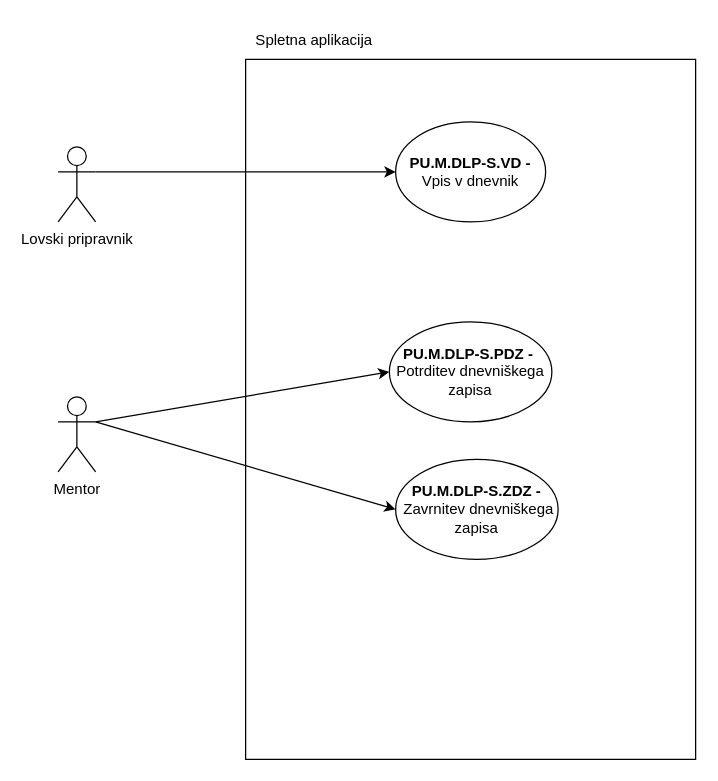
ErnestISv/Lovstvo keeps this draw.io diagram as Delo z lovskimi pripravniki-Spletna aplikacija.drawio. Above is the earlier version. Source tidied: cells renumbered, new cells numbered last; positions are measured from the earlier drawing's top-left corner, leaving out a move shared by most shapes. Both pictures are drawn from the tidied source at 125%, with x=0, y=0 at pixel (58, 21).
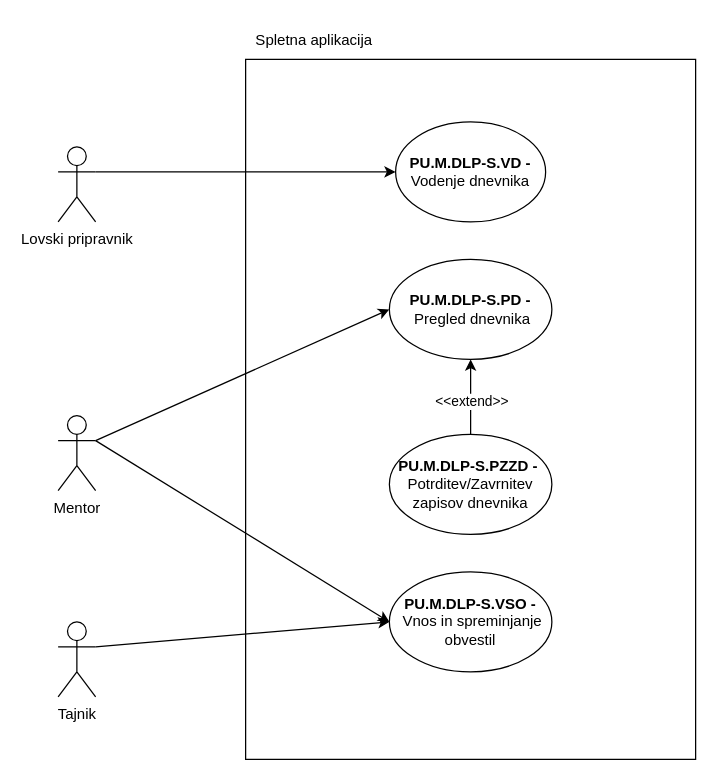
The same diagram, later.

The edit, as a diff of the source:
```diff
@@
 <mxGraphModel>
   <root>
     <mxCell id="0" />
     <mxCell id="1" parent="0" />
     <mxCell id="2" style="rounded=0;whiteSpace=wrap;html=1;" parent="1" vertex="1">
       <mxGeometry x="150" y="30" width="360" height="560" as="geometry" />
     </mxCell>
     <mxCell id="3" value="Spletna aplikacija" style="text;html=1;align=center;verticalAlign=middle;whiteSpace=wrap;rounded=0;" parent="1" vertex="1">
       <mxGeometry x="150" width="110" height="30" as="geometry" />
     </mxCell>
-    <mxCell id="4" value="&lt;b&gt;PU.M.DLP-S.VD -&lt;/b&gt; Vpis v dnevnik" style="ellipse;whiteSpace=wrap;html=1;" parent="1" vertex="1">
+    <mxCell id="4" value="&lt;b&gt;PU.M.DLP-S.VD -&lt;/b&gt; Vodenje dnevnika" style="ellipse;whiteSpace=wrap;html=1;" parent="1" vertex="1">
       <mxGeometry x="270" y="80" width="120" height="80" as="geometry" />
     </mxCell>
-    <mxCell id="5" value="&lt;b&gt;PU.M.DLP-S.PDZ -&amp;nbsp;&lt;/b&gt;&lt;div&gt;Potrditev dnevniškega zapisa&lt;/div&gt;" style="ellipse;whiteSpace=wrap;html=1;" parent="1" vertex="1">
-      <mxGeometry x="265" y="240" width="130" height="80" as="geometry" />
+    <mxCell id="5" value="&lt;b&gt;PU.M.DLP-S.PZZD -&amp;nbsp;&lt;/b&gt;&lt;div&gt;Potrditev/Zavrnitev zapisov dnevnika&lt;/div&gt;" style="ellipse;whiteSpace=wrap;html=1;" parent="1" vertex="1">
+      <mxGeometry x="265" y="330" width="130" height="80" as="geometry" />
     </mxCell>
-    <mxCell id="6" value="&lt;b&gt;PU.M.DLP-S.ZDZ -&lt;/b&gt;&amp;nbsp;Zavrnitev dnevniškega zapisa" style="ellipse;whiteSpace=wrap;html=1;" parent="1" vertex="1">
-      <mxGeometry x="270" y="350" width="130" height="80" as="geometry" />
+    <mxCell id="6" value="&lt;b&gt;PU.M.DLP-S.VSO -&lt;/b&gt;&amp;nbsp;Vnos in spreminjanje obvestil" style="ellipse;whiteSpace=wrap;html=1;" parent="1" vertex="1">
+      <mxGeometry x="265" y="440" width="130" height="80" as="geometry" />
     </mxCell>
     <mxCell id="7" value="Lovski pripravnik" style="shape=umlActor;verticalLabelPosition=bottom;verticalAlign=top;html=1;outlineConnect=0;" parent="1" vertex="1">
       <mxGeometry y="100" width="30" height="60" as="geometry" />
     </mxCell>
     <mxCell id="8" value="Mentor" style="shape=umlActor;verticalLabelPosition=bottom;verticalAlign=top;html=1;outlineConnect=0;" parent="1" vertex="1">
-      <mxGeometry y="300" width="30" height="60" as="geometry" />
+      <mxGeometry y="315" width="30" height="60" as="geometry" />
     </mxCell>
     <mxCell id="9" style="endArrow=classic;html=1;rounded=0;exitX=1;exitY=0.3333333333333333;exitDx=0;exitDy=0;exitPerimeter=0;entryX=0;entryY=0.5;entryDx=0;entryDy=0;" parent="1" edge="1" source="7" target="4">
       <mxGeometry relative="1" as="geometry" />
     </mxCell>
-    <mxCell id="10" style="endArrow=classic;html=1;rounded=0;exitX=1;exitY=0.3333333333333333;exitDx=0;exitDy=0;exitPerimeter=0;entryX=0;entryY=0.5;entryDx=0;entryDy=0;" parent="1" edge="1" source="8" target="5">
-      <mxGeometry relative="1" as="geometry" />
-    </mxCell>
     <mxCell id="11" style="endArrow=classic;html=1;rounded=0;exitX=1;exitY=0.3333333333333333;exitDx=0;exitDy=0;exitPerimeter=0;entryX=0;entryY=0.5;entryDx=0;entryDy=0;" parent="1" edge="1" source="8" target="6">
       <mxGeometry relative="1" as="geometry" />
     </mxCell>
+    <mxCell id="12" value="&lt;b&gt;PU.M.DLP-S.PD -&lt;/b&gt;&amp;nbsp;Pregled dnevnika" style="ellipse;whiteSpace=wrap;html=1;" parent="1" vertex="1">
+      <mxGeometry x="265" y="190" width="130" height="80" as="geometry" />
+    </mxCell>
+    <mxCell id="13" style="endArrow=classic;html=1;rounded=0;exitX=1;exitY=0.3333333333333333;exitDx=0;exitDy=0;exitPerimeter=0;entryX=0;entryY=0.5;entryDx=0;entryDy=0;" parent="1" edge="1" source="8" target="12">
+      <mxGeometry relative="1" as="geometry" />
+    </mxCell>
+    <mxCell id="14" style="endArrow=classic;html=1;rounded=0;entryX=0.5;entryY=1;entryDx=0;entryDy=0;exitX=0.5;exitY=0;exitDx=0;exitDy=0;" parent="1" edge="1" source="5" target="12">
+      <mxGeometry relative="1" as="geometry" />
+    </mxCell>
+    <mxCell id="15" value="&amp;lt;&amp;lt;extend&amp;gt;&amp;gt;" style="edgeLabel;html=1;align=center;verticalAlign=middle;" parent="14" vertex="1">
+      <mxGeometry x="-0.11" relative="1" as="geometry" />
+    </mxCell>
+    <mxCell id="16" value="Tajnik" style="shape=umlActor;verticalLabelPosition=bottom;verticalAlign=top;html=1;outlineConnect=0;" parent="1" vertex="1">
+      <mxGeometry y="480" width="30" height="60" as="geometry" />
+    </mxCell>
+    <mxCell id="17" style="endArrow=classic;html=1;rounded=0;exitX=1;exitY=0.3333333333333333;exitDx=0;exitDy=0;exitPerimeter=0;entryX=0;entryY=0.5;entryDx=0;entryDy=0;" parent="1" edge="1" source="16" target="6">
+      <mxGeometry relative="1" as="geometry" />
+    </mxCell>
   </root>
 </mxGraphModel>
```
